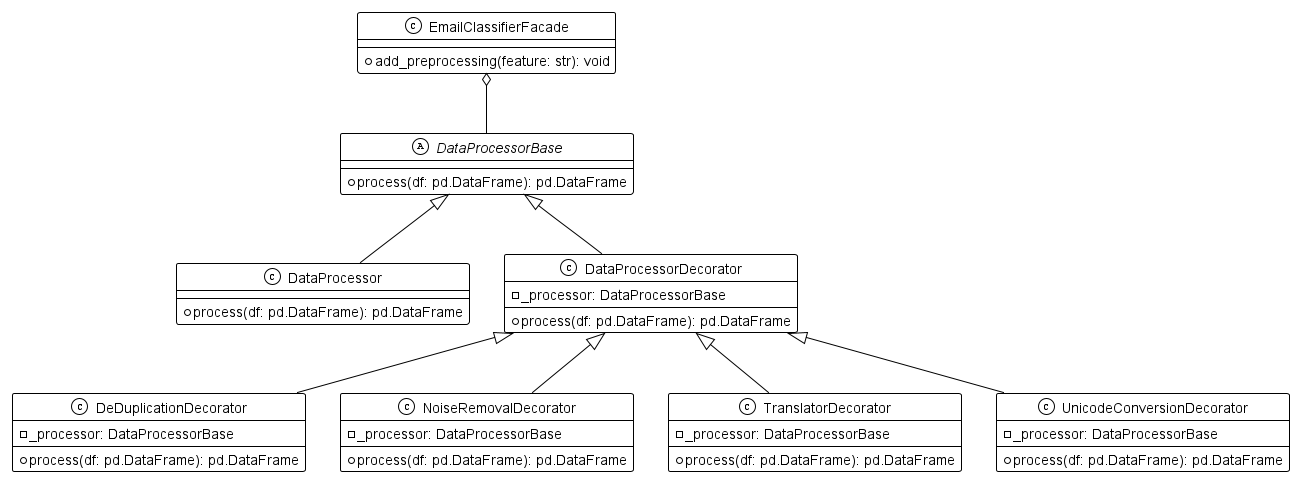
This is out/uml/decorator_diagram/decorator_diagram.png from chrnas/email-classifier, a PlantUML export, as it was before one commit.
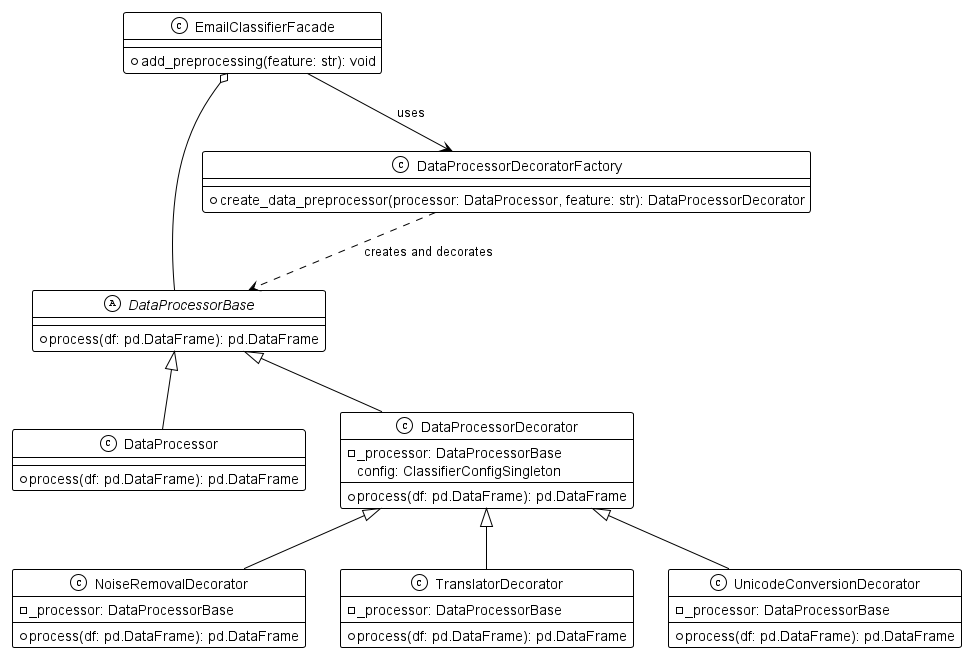
After the commit.

The edit, as a diff of the source:
```diff
@@ -15,11 +15,7 @@
 
 class DataProcessorDecorator {
     - _processor: DataProcessorBase
-    + process(df: pd.DataFrame): pd.DataFrame
-}
-
-class DeDuplicationDecorator {
-    - _processor: DataProcessorBase
+    config: ClassifierConfigSingleton
     + process(df: pd.DataFrame): pd.DataFrame
 }
 
@@ -38,12 +34,18 @@
     + process(df: pd.DataFrame): pd.DataFrame
 }
 
+class DataProcessorDecoratorFactory {
+    + create_data_preprocessor(processor: DataProcessor, feature: str): DataProcessorDecorator
+}
+
 EmailClassifierFacade o-- DataProcessorBase
 DataProcessorBase <|-- DataProcessor
 DataProcessorBase <|-- DataProcessorDecorator
-DataProcessorDecorator <|-- DeDuplicationDecorator
 DataProcessorDecorator <|-- NoiseRemovalDecorator
 DataProcessorDecorator <|-- TranslatorDecorator
 DataProcessorDecorator <|-- UnicodeConversionDecorator
 
+EmailClassifierFacade --> DataProcessorDecoratorFactory: uses
+DataProcessorDecoratorFactory ..> DataProcessorBase: creates and decorates
+
 @enduml
```
